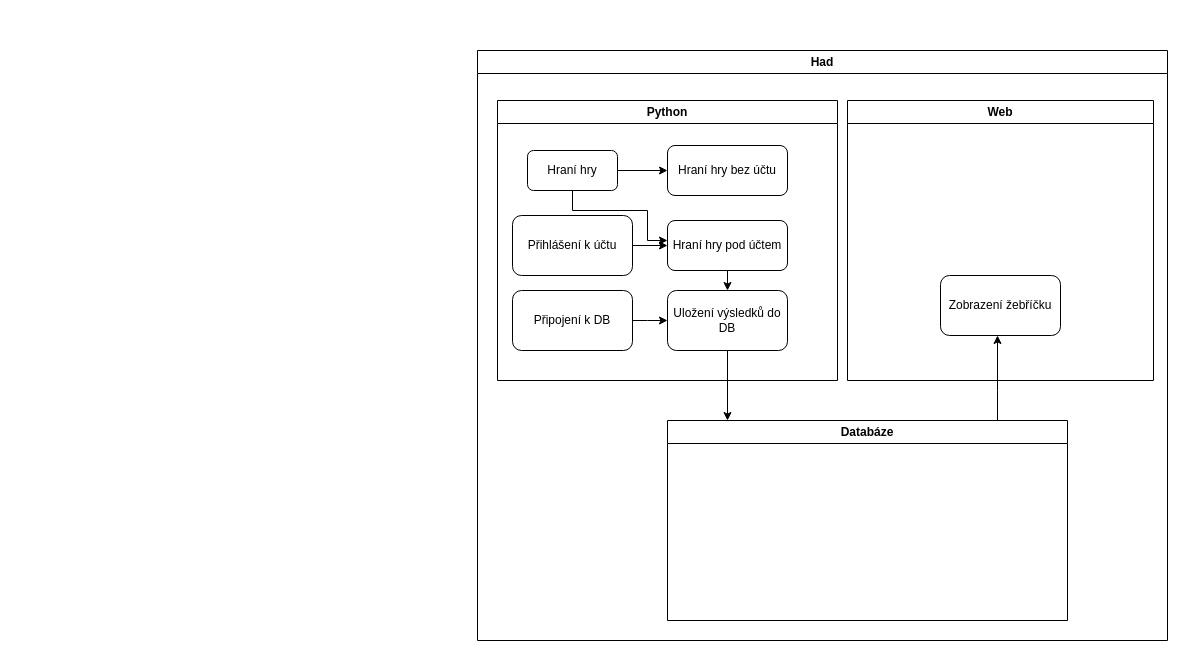
The draw.io diagram 2023_IT/2023_IT_Projekt.drawio in JaroslavHolecek/SPS_for_students, before the edit. Source tidied: cells renumbered, new cells numbered last; positions are measured from the earlier drawing's top-left corner, leaving out a move shared by most shapes. Both pictures are drawn from the tidied source at 100%, with x=0, y=0 at pixel (477, 50).
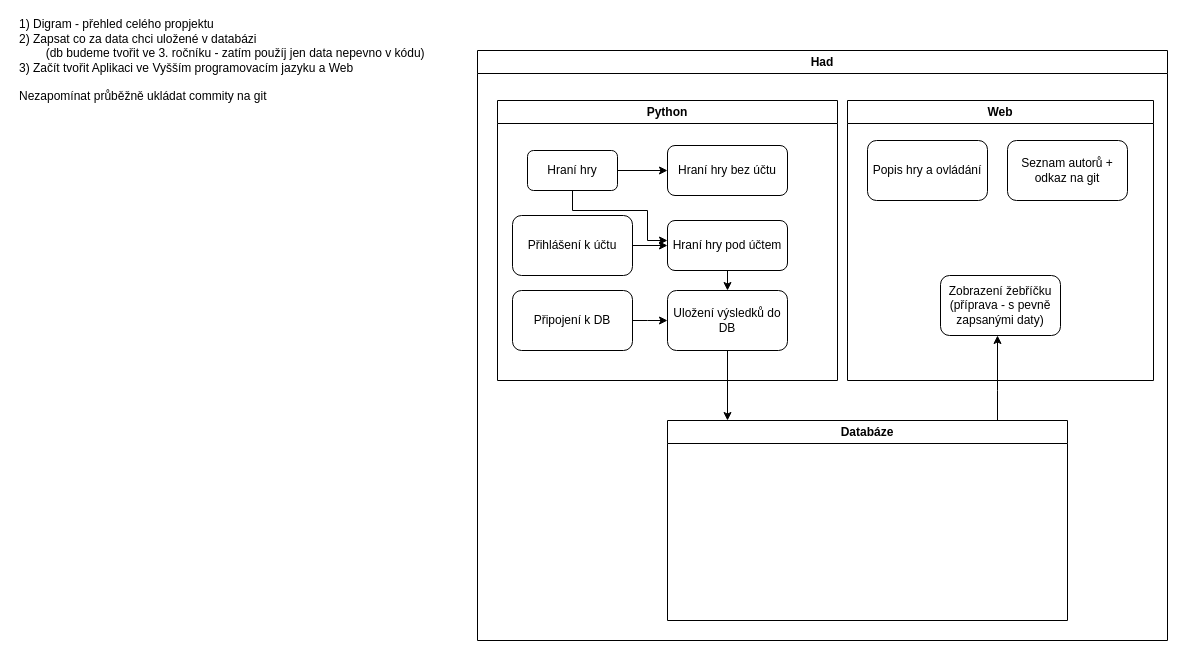
The same diagram, later.

Commit message:
postup prace v prjektu

Unchanged cells that the change refers to:
```xml
<mxCell id="15" value="Web" style="swimlane;whiteSpace=wrap;html=1;" parent="2" vertex="1">
  <mxGeometry x="370" y="50" width="306" height="280" as="geometry" />
</mxCell>
```

The edit, as a diff of the source:
```diff
@@
-    <mxCell id="16" value="Zobrazení žebříčku" style="rounded=1;whiteSpace=wrap;html=1;" parent="15" vertex="1">
+    <mxCell id="16" value="Zobrazení žebříčku (příprava - s pevně zapsanými daty)" style="rounded=1;whiteSpace=wrap;html=1;" parent="15" vertex="1">
       <mxGeometry x="93" y="175" width="120" height="60" as="geometry" />
     </mxCell>
+    <mxCell id="20" value="Popis hry a ovládání" style="rounded=1;whiteSpace=wrap;html=1;" parent="15" vertex="1">
+      <mxGeometry x="20" y="40" width="120" height="60" as="geometry" />
+    </mxCell>
+    <mxCell id="21" value="Seznam autorů + odkaz na git" style="rounded=1;whiteSpace=wrap;html=1;" parent="15" vertex="1">
+      <mxGeometry x="160" y="40" width="120" height="60" as="geometry" />
+    </mxCell>
@@
+    <mxCell id="22" value="&lt;div align=&quot;left&quot;&gt;1) Digram - přehled celého propjektu&lt;/div&gt;&lt;div align=&quot;left&quot;&gt;2) Zapsat co za data chci uložené v databázi&lt;/div&gt;&lt;div align=&quot;left&quot;&gt;&lt;span style=&quot;white-space: pre;&quot;&gt;&#9;&lt;/span&gt;(db budeme tvořit ve 3. ročníku - zatím použíj jen data nepevno v kódu)&lt;/div&gt;3) Začít tvořit Aplikaci ve Vyšším programovacím jazyku a Web&lt;br&gt;&lt;br&gt;Nezapomínat průběžně ukládat commity na git" style="text;html=1;align=left;verticalAlign=middle;whiteSpace=wrap;rounded=0;" parent="1" vertex="1">
+      <mxGeometry x="-460" width="450" height="20" as="geometry" />
+    </mxCell>
```
